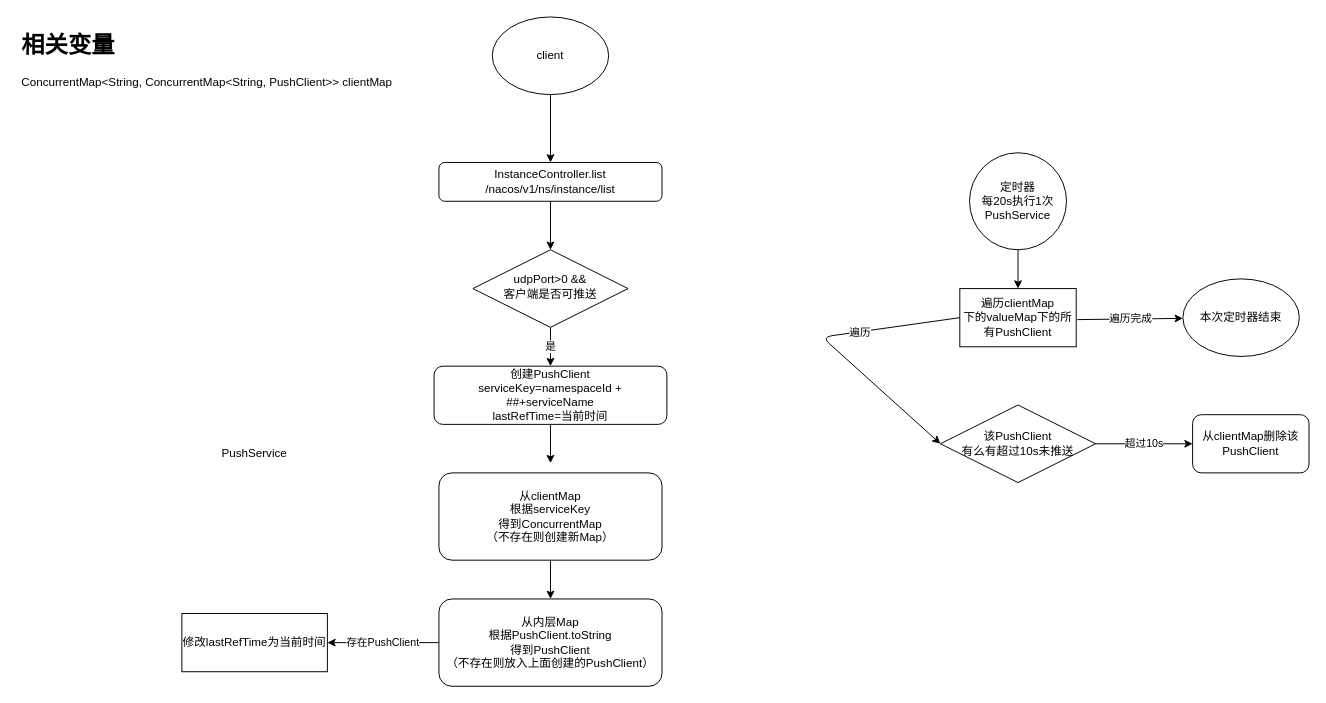
This is page "heartbeat" (1 of 8) of 源码/nacos/nacos.drawio from kongq1983/document, a draw.io file, before an edit. Source tidied: cells renumbered, new cells numbered last; positions are measured from the earlier drawing's top-left corner, leaving out a move shared by most shapes. Both pictures are drawn from the tidied source at 97%, with x=0, y=0 at pixel (16, 16).
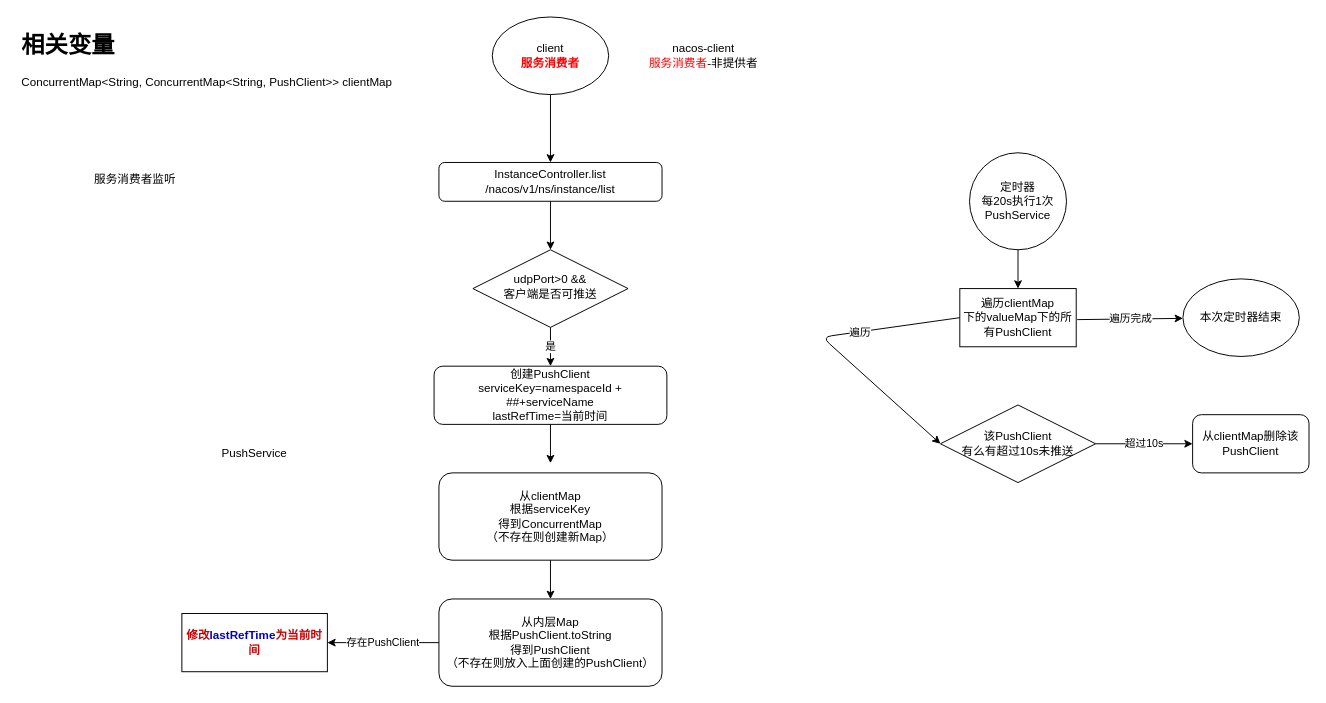
After the change.

What changed in the source:
```diff
@@
-    <mxCell id="11" value="修改lastRefTime为当前时间" style="rounded=0;whiteSpace=wrap;html=1;" parent="1" vertex="1">
+    <mxCell id="11" value="&lt;b&gt;&lt;font color=&quot;#cc0000&quot;&gt;修改&lt;/font&gt;&lt;font color=&quot;#0000cc&quot;&gt;lastRefTime&lt;/font&gt;&lt;font color=&quot;#cc0000&quot;&gt;为当前时间&lt;/font&gt;&lt;/b&gt;" style="rounded=0;whiteSpace=wrap;html=1;" parent="1" vertex="1">
       <mxGeometry x="170" y="615" width="150" height="60" as="geometry" />
     </mxCell>
@@
-    <mxCell id="14" value="client" style="ellipse;whiteSpace=wrap;html=1;" parent="1" vertex="1">
+    <mxCell id="14" value="client&lt;br&gt;&lt;b&gt;&lt;font color=&quot;#ff0000&quot;&gt;服务消费者&lt;/font&gt;&lt;/b&gt;" style="ellipse;whiteSpace=wrap;html=1;" parent="1" vertex="1">
       <mxGeometry x="490" width="120" height="80" as="geometry" />
     </mxCell>
@@
+    <mxCell id="27" value="nacos-client&lt;br&gt;&lt;font color=&quot;#ff0000&quot;&gt;服务消费者&lt;/font&gt;-非提供者" style="text;html=1;strokeColor=none;fillColor=none;align=center;verticalAlign=middle;whiteSpace=wrap;rounded=0;" parent="1" vertex="1">
+      <mxGeometry x="650" y="20" width="116" height="40" as="geometry" />
+    </mxCell>
+    <mxCell id="28" value="&lt;h1&gt;&lt;br&gt;&lt;/h1&gt;&lt;p&gt;服务消费者监听&lt;/p&gt;" style="text;html=1;strokeColor=none;fillColor=none;spacing=5;spacingTop=-20;whiteSpace=wrap;overflow=hidden;rounded=0;" parent="1" vertex="1">
+      <mxGeometry x="75" y="110" width="190" height="100" as="geometry" />
+    </mxCell>
```
